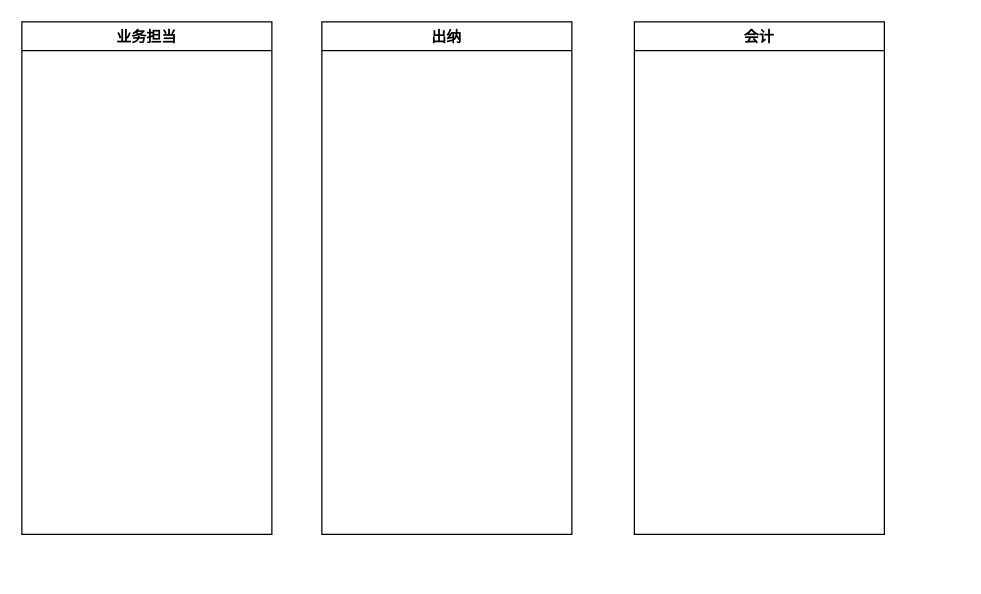
Above: page "付款-请求书" (3 of 5) of payment.drawio in niltsh/drawing (draw.io), before the change. Source tidied: cells renumbered, new cells numbered last; positions are measured from the earlier drawing's top-left corner, leaving out a move shared by most shapes. Both pictures are drawn from the tidied source at 125%, with x=0, y=0 at pixel (21, 21).
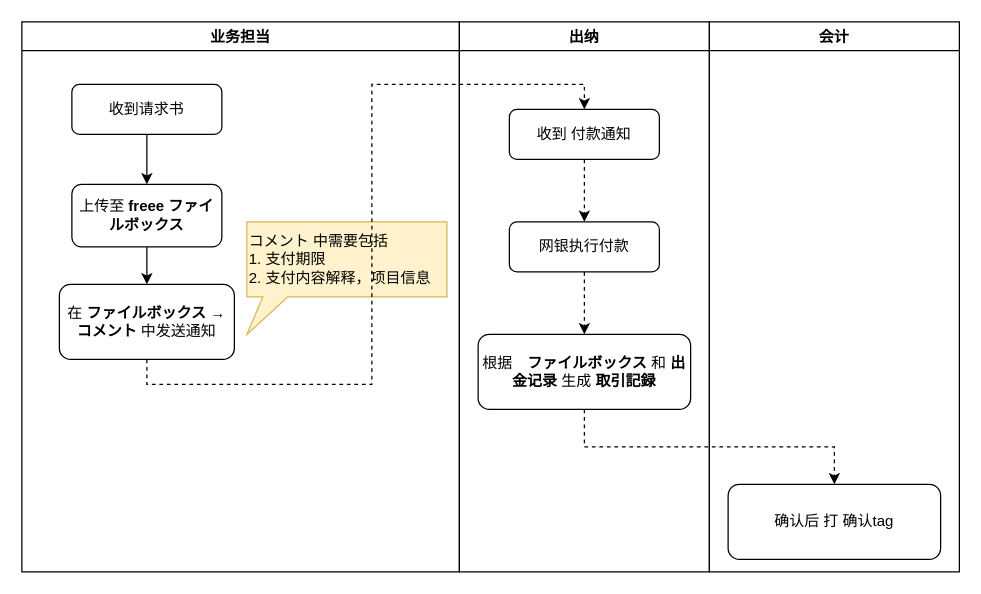
After the change.

Commit message:
请求书付款 payment.drawio

What changed in the source:
```diff
@@
 <mxGraphModel>
   <root>
     <mxCell id="0" />
     <mxCell id="1" parent="0" />
     <mxCell id="2" value="业务担当" style="swimlane;" parent="1" vertex="1">
-      <mxGeometry width="200" height="410" as="geometry" />
+      <mxGeometry width="350" height="440" as="geometry" />
     </mxCell>
+    <mxCell id="5" style="edgeStyle=orthogonalEdgeStyle;rounded=0;jettySize=auto;html=1;exitX=0.5;exitY=1;exitDx=0;exitDy=0;entryX=0.5;entryY=0;entryDx=0;entryDy=0;" parent="2" edge="1" source="6" target="8">
+      <mxGeometry relative="1" as="geometry" />
+    </mxCell>
+    <mxCell id="6" value="收到请求书" style="rounded=1;whiteSpace=wrap;html=1;" parent="2" vertex="1">
+      <mxGeometry x="40" y="50" width="120" height="40" as="geometry" />
+    </mxCell>
+    <mxCell id="7" style="edgeStyle=orthogonalEdgeStyle;rounded=0;jettySize=auto;html=1;exitX=0.5;exitY=1;exitDx=0;exitDy=0;entryX=0.5;entryY=0;entryDx=0;entryDy=0;" parent="2" edge="1" source="8" target="9">
+      <mxGeometry relative="1" as="geometry" />
+    </mxCell>
+    <mxCell id="8" value="上传至 &lt;b&gt;freee ファイルボックス&lt;/b&gt;" style="rounded=1;whiteSpace=wrap;html=1;" parent="2" vertex="1">
+      <mxGeometry x="40" y="130" width="120" height="50" as="geometry" />
+    </mxCell>
+    <mxCell id="9" value="在 &lt;b&gt;ファイルボックス → コメント&lt;/b&gt; 中发送通知" style="rounded=1;whiteSpace=wrap;html=1;" parent="2" vertex="1">
+      <mxGeometry x="30" y="210" width="140" height="60" as="geometry" />
+    </mxCell>
+    <mxCell id="10" value="コメント&amp;nbsp;中需要包括&lt;br&gt;1. 支付期限&lt;br&gt;2. 支付内容解释，项目信息" style="shape=callout;whiteSpace=wrap;html=1;perimeter=calloutPerimeter;size=30;position=0.08;position2=0;align=left;fillColor=#fff2cc;strokeColor=#d6b656;" parent="2" vertex="1">
+      <mxGeometry x="180" y="160" width="160" height="90" as="geometry" />
+    </mxCell>
     <mxCell id="3" value="出纳" style="swimlane;" parent="1" vertex="1">
-      <mxGeometry x="240" width="200" height="410" as="geometry" />
+      <mxGeometry x="350" width="200" height="440" as="geometry" />
     </mxCell>
+    <mxCell id="11" value="根据　&lt;b&gt;ファイルボックス&lt;/b&gt; 和 &lt;b&gt;出金记录&lt;/b&gt; 生成 &lt;b&gt;取引記録&lt;/b&gt;" style="rounded=1;whiteSpace=wrap;html=1;" parent="3" vertex="1">
+      <mxGeometry x="15" y="250" width="170" height="60" as="geometry" />
+    </mxCell>
+    <mxCell id="12" style="edgeStyle=orthogonalEdgeStyle;rounded=0;jettySize=auto;html=1;exitX=0.5;exitY=1;exitDx=0;exitDy=0;entryX=0.5;entryY=0;entryDx=0;entryDy=0;dashed=1;" parent="3" edge="1" source="13" target="15">
+      <mxGeometry relative="1" as="geometry" />
+    </mxCell>
+    <mxCell id="13" value="收到 付款通知" style="rounded=1;whiteSpace=wrap;html=1;" parent="3" vertex="1">
+      <mxGeometry x="40" y="70" width="120" height="40" as="geometry" />
+    </mxCell>
+    <mxCell id="14" style="edgeStyle=orthogonalEdgeStyle;rounded=0;jettySize=auto;html=1;exitX=0.5;exitY=1;exitDx=0;exitDy=0;entryX=0.5;entryY=0;entryDx=0;entryDy=0;dashed=1;" parent="3" edge="1" source="15" target="11">
+      <mxGeometry relative="1" as="geometry" />
+    </mxCell>
+    <mxCell id="15" value="网银执行付款" style="rounded=1;whiteSpace=wrap;html=1;" parent="3" vertex="1">
+      <mxGeometry x="40" y="160" width="120" height="40" as="geometry" />
+    </mxCell>
     <mxCell id="4" value="会计" style="swimlane;" parent="1" vertex="1">
-      <mxGeometry x="490" width="200" height="410" as="geometry" />
+      <mxGeometry x="550" width="200" height="440" as="geometry" />
     </mxCell>
+    <mxCell id="16" value="确认后 打 确认tag" style="rounded=1;whiteSpace=wrap;html=1;" parent="4" vertex="1">
+      <mxGeometry x="15" y="370" width="170" height="60" as="geometry" />
+    </mxCell>
+    <mxCell id="17" style="edgeStyle=orthogonalEdgeStyle;rounded=0;jettySize=auto;html=1;exitX=0.5;exitY=1;exitDx=0;exitDy=0;entryX=0.5;entryY=0;entryDx=0;entryDy=0;dashed=1;" parent="1" edge="1" source="9" target="13">
+      <mxGeometry relative="1" as="geometry" />
+    </mxCell>
+    <mxCell id="18" style="edgeStyle=orthogonalEdgeStyle;rounded=0;jettySize=auto;html=1;exitX=0.5;exitY=1;exitDx=0;exitDy=0;entryX=0.5;entryY=0;entryDx=0;entryDy=0;dashed=1;" parent="1" edge="1" source="11" target="16">
+      <mxGeometry relative="1" as="geometry" />
+    </mxCell>
   </root>
 </mxGraphModel>
```
